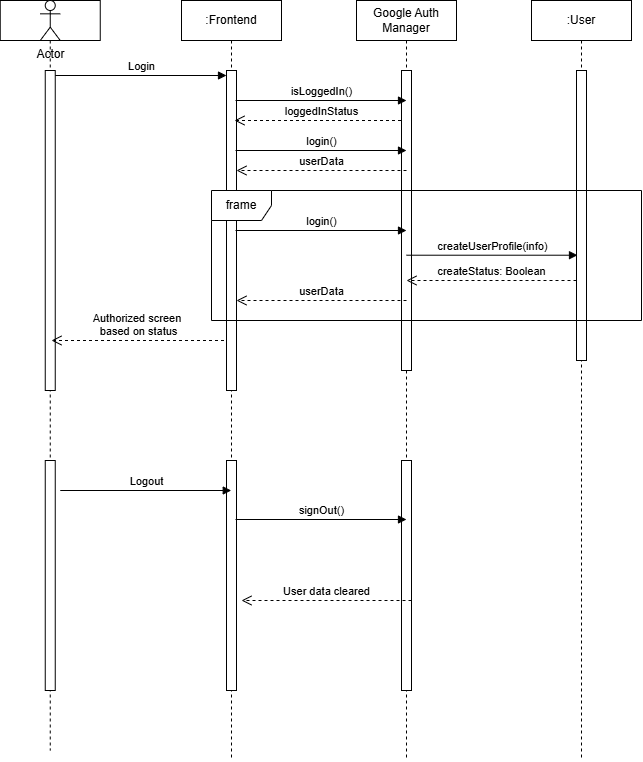
Above: documentation/images/M4/FR1.png in dorawyy/CPEN321_CMIYC (draw.io), before the change. Source tidied: cells renumbered, new cells last; positions are measured from the earlier drawing's top-left corner, leaving out a move shared by most shapes. Its diagram source:
```xml
<mxGraphModel>
  <root>
    <mxCell id="0" />
    <mxCell id="1" parent="0" />
    <mxCell id="2" style="shape=umlLifeline;perimeter=lifelinePerimeter;whiteSpace=wrap;html=1;newEdgeStyle={&quot;edgeStyle&quot;:&quot;elbowEdgeStyle&quot;,&quot;elbow&quot;:&quot;vertical&quot;,&quot;curved&quot;:0,&quot;rounded&quot;:0};" parent="1" vertex="1">
      <mxGeometry x="-0.2" width="100" height="750" as="geometry" />
    </mxCell>
    <mxCell id="3" style="html=1;points=[[0,0,0,0,5],[0,1,0,0,-5],[1,0,0,0,5],[1,1,0,0,-5]];perimeter=orthogonalPerimeter;outlineConnect=0;targetShapes=umlLifeline;portConstraint=eastwest;newEdgeStyle={&quot;curved&quot;:0,&quot;rounded&quot;:0};" parent="2" vertex="1">
      <mxGeometry x="45" y="70" width="10" height="320" as="geometry" />
    </mxCell>
    <mxCell id="4" value="&lt;span style=&quot;color: rgba(0, 0, 0, 0); font-family: monospace; font-size: 0px; text-align: start;&quot;&gt;%3CmxGraphModel%3E%3Croot%3E%3CmxCell%20id%3D%220%22%2F%3E%3CmxCell%20id%3D%221%22%20parent%3D%220%22%2F%3E%3CmxCell%20id%3D%222%22%20value%3D%22friend%20location%20list%22%20style%3D%22html%3D1%3BverticalAlign%3Dbottom%3BendArrow%3Dopen%3Bdashed%3D1%3BendSize%3D8%3BedgeStyle%3DelbowEdgeStyle%3Belbow%3Dvertical%3Bcurved%3D0%3Brounded%3D0%3B%22%20edge%3D%221%22%20parent%3D%221%22%3E%3CmxGeometry%20x%3D%220.0017%22%20relative%3D%221%22%20as%3D%22geometry%22%3E%3CmxPoint%20x%3D%22270%22%20y%3D%22250%22%20as%3D%22targetPoint%22%2F%3E%3CArray%20as%3D%22points%22%3E%3CmxPoint%20x%3D%22365%22%20y%3D%22250%22%2F%3E%3C%2FArray%3E%3CmxPoint%20x%3D%22440%22%20y%3D%22250%22%20as%3D%22sourcePoint%22%2F%3E%3CmxPoint%20as%3D%22offset%22%2F%3E%3C%2FmxGeometry%3E%3C%2FmxCell%3E%3C%2Froot%3E%3C%2FmxGraphModel%3E&lt;/span&gt;" style="html=1;perimeter=orthogonalPerimeter;targetShapes=umlLifeline;newEdgeStyle={&quot;curved&quot;:0,&quot;rounded&quot;:0};" parent="2" vertex="1">
      <mxGeometry x="45" y="460" width="10" height="230" as="geometry" />
    </mxCell>
    <mxCell id="5" value=":Frontend" style="shape=umlLifeline;perimeter=lifelinePerimeter;whiteSpace=wrap;html=1;newEdgeStyle={&quot;edgeStyle&quot;:&quot;elbowEdgeStyle&quot;,&quot;elbow&quot;:&quot;vertical&quot;,&quot;curved&quot;:0,&quot;rounded&quot;:0};" parent="1" vertex="1">
      <mxGeometry x="181" width="100" height="760" as="geometry" />
    </mxCell>
    <mxCell id="6" style="html=1;points=[[0,0,0,0,5],[0,1,0,0,-5],[1,0,0,0,5],[1,1,0,0,-5]];perimeter=orthogonalPerimeter;outlineConnect=0;targetShapes=umlLifeline;portConstraint=eastwest;newEdgeStyle={&quot;curved&quot;:0,&quot;rounded&quot;:0};" parent="5" vertex="1">
      <mxGeometry x="45" y="70" width="10" height="320" as="geometry" />
    </mxCell>
    <mxCell id="7" value="&lt;span style=&quot;color: rgba(0, 0, 0, 0); font-family: monospace; font-size: 0px; text-align: start;&quot;&gt;%3CmxGraphModel%3E%3Croot%3E%3CmxCell%20id%3D%220%22%2F%3E%3CmxCell%20id%3D%221%22%20parent%3D%220%22%2F%3E%3CmxCell%20id%3D%222%22%20value%3D%22friend%20location%20list%22%20style%3D%22html%3D1%3BverticalAlign%3Dbottom%3BendArrow%3Dopen%3Bdashed%3D1%3BendSize%3D8%3BedgeStyle%3DelbowEdgeStyle%3Belbow%3Dvertical%3Bcurved%3D0%3Brounded%3D0%3B%22%20edge%3D%221%22%20parent%3D%221%22%3E%3CmxGeometry%20x%3D%220.0017%22%20relative%3D%221%22%20as%3D%22geometry%22%3E%3CmxPoint%20x%3D%22270%22%20y%3D%22250%22%20as%3D%22targetPoint%22%2F%3E%3CArray%20as%3D%22points%22%3E%3CmxPoint%20x%3D%22365%22%20y%3D%22250%22%2F%3E%3C%2FArray%3E%3CmxPoint%20x%3D%22440%22%20y%3D%22250%22%20as%3D%22sourcePoint%22%2F%3E%3CmxPoint%20as%3D%22offset%22%2F%3E%3C%2FmxGeometry%3E%3C%2FmxCell%3E%3C%2Froot%3E%3C%2FmxGraphModel%3E&lt;/span&gt;" style="html=1;perimeter=orthogonalPerimeter;targetShapes=umlLifeline;newEdgeStyle={&quot;curved&quot;:0,&quot;rounded&quot;:0};" parent="5" vertex="1">
      <mxGeometry x="45" y="460" width="10" height="230" as="geometry" />
    </mxCell>
    <mxCell id="8" value="loggedInStatus" style="html=1;verticalAlign=bottom;endArrow=open;dashed=1;endSize=8;edgeStyle=elbowEdgeStyle;elbow=vertical;curved=0;rounded=0;" parent="1" edge="1">
      <mxGeometry relative="1" as="geometry">
        <mxPoint x="406.5" y="120" as="sourcePoint" />
        <mxPoint x="234" y="120" as="targetPoint" />
        <Array as="points">
          <mxPoint x="331.5" y="120" />
        </Array>
      </mxGeometry>
    </mxCell>
    <mxCell id="9" value="Google Auth Manager" style="shape=umlLifeline;perimeter=lifelinePerimeter;whiteSpace=wrap;html=1;newEdgeStyle={&quot;edgeStyle&quot;:&quot;elbowEdgeStyle&quot;,&quot;elbow&quot;:&quot;vertical&quot;,&quot;curved&quot;:0,&quot;rounded&quot;:0};" parent="1" vertex="1">
      <mxGeometry x="356" width="100" height="760" as="geometry" />
    </mxCell>
    <mxCell id="10" style="html=1;perimeter=orthogonalPerimeter;targetShapes=umlLifeline;newEdgeStyle={&quot;curved&quot;:0,&quot;rounded&quot;:0};" parent="9" vertex="1">
      <mxGeometry x="45" y="70" width="10" height="300" as="geometry" />
    </mxCell>
    <mxCell id="11" value="&lt;span style=&quot;color: rgba(0, 0, 0, 0); font-family: monospace; font-size: 0px; text-align: start;&quot;&gt;%3CmxGraphModel%3E%3Croot%3E%3CmxCell%20id%3D%220%22%2F%3E%3CmxCell%20id%3D%221%22%20parent%3D%220%22%2F%3E%3CmxCell%20id%3D%222%22%20value%3D%22friend%20location%20list%22%20style%3D%22html%3D1%3BverticalAlign%3Dbottom%3BendArrow%3Dopen%3Bdashed%3D1%3BendSize%3D8%3BedgeStyle%3DelbowEdgeStyle%3Belbow%3Dvertical%3Bcurved%3D0%3Brounded%3D0%3B%22%20edge%3D%221%22%20parent%3D%221%22%3E%3CmxGeometry%20x%3D%220.0017%22%20relative%3D%221%22%20as%3D%22geometry%22%3E%3CmxPoint%20x%3D%22270%22%20y%3D%22250%22%20as%3D%22targetPoint%22%2F%3E%3CArray%20as%3D%22points%22%3E%3CmxPoint%20x%3D%22365%22%20y%3D%22250%22%2F%3E%3C%2FArray%3E%3CmxPoint%20x%3D%22440%22%20y%3D%22250%22%20as%3D%22sourcePoint%22%2F%3E%3CmxPoint%20as%3D%22offset%22%2F%3E%3C%2FmxGeometry%3E%3C%2FmxCell%3E%3C%2Froot%3E%3C%2FmxGraphModel%3E&lt;/span&gt;" style="html=1;perimeter=orthogonalPerimeter;targetShapes=umlLifeline;newEdgeStyle={&quot;curved&quot;:0,&quot;rounded&quot;:0};" parent="9" vertex="1">
      <mxGeometry x="45" y="460" width="10" height="230" as="geometry" />
    </mxCell>
    <mxCell id="12" value="Login" style="html=1;verticalAlign=bottom;endArrow=block;curved=0;rounded=0;exitX=1;exitY=0;exitDx=0;exitDy=5;exitPerimeter=0;entryX=0;entryY=0;entryDx=0;entryDy=5;entryPerimeter=0;" parent="1" edge="1" source="3" target="6">
      <mxGeometry relative="1" as="geometry" />
    </mxCell>
    <mxCell id="13" value="isLoggedIn()" style="html=1;verticalAlign=bottom;endArrow=block;curved=0;rounded=0;exitX=1;exitY=0;exitDx=0;exitDy=5;exitPerimeter=0;entryX=0;entryY=0;entryDx=0;entryDy=5;entryPerimeter=0;" parent="1" edge="1">
      <mxGeometry relative="1" as="geometry">
        <mxPoint x="235" y="100" as="sourcePoint" />
        <mxPoint x="406" y="100" as="targetPoint" />
      </mxGeometry>
    </mxCell>
    <mxCell id="14" value="login()" style="html=1;verticalAlign=bottom;endArrow=block;curved=0;rounded=0;exitX=1;exitY=0;exitDx=0;exitDy=5;exitPerimeter=0;entryX=0;entryY=0;entryDx=0;entryDy=5;entryPerimeter=0;" parent="1" edge="1">
      <mxGeometry relative="1" as="geometry">
        <mxPoint x="235" y="150" as="sourcePoint" />
        <mxPoint x="406" y="150" as="targetPoint" />
      </mxGeometry>
    </mxCell>
    <mxCell id="15" value="login()" style="html=1;verticalAlign=bottom;endArrow=block;curved=0;rounded=0;exitX=1;exitY=0;exitDx=0;exitDy=5;exitPerimeter=0;entryX=0;entryY=0;entryDx=0;entryDy=5;entryPerimeter=0;" parent="1" edge="1">
      <mxGeometry relative="1" as="geometry">
        <mxPoint x="235" y="230" as="sourcePoint" />
        <mxPoint x="406" y="230" as="targetPoint" />
      </mxGeometry>
    </mxCell>
    <mxCell id="16" value="Authorized screen&amp;nbsp;&lt;div&gt;based on status&lt;/div&gt;" style="html=1;verticalAlign=bottom;endArrow=open;dashed=1;endSize=8;edgeStyle=elbowEdgeStyle;elbow=vertical;curved=0;rounded=0;" parent="1" edge="1">
      <mxGeometry relative="1" as="geometry">
        <mxPoint x="223.5" y="340" as="sourcePoint" />
        <mxPoint x="51" y="340" as="targetPoint" />
        <Array as="points">
          <mxPoint x="148.5" y="340" />
        </Array>
      </mxGeometry>
    </mxCell>
    <mxCell id="17" value=":User" style="shape=umlLifeline;perimeter=lifelinePerimeter;whiteSpace=wrap;html=1;newEdgeStyle={&quot;edgeStyle&quot;:&quot;elbowEdgeStyle&quot;,&quot;elbow&quot;:&quot;vertical&quot;,&quot;curved&quot;:0,&quot;rounded&quot;:0};" parent="1" vertex="1">
      <mxGeometry x="531" width="100" height="760" as="geometry" />
    </mxCell>
    <mxCell id="18" style="html=1;perimeter=orthogonalPerimeter;targetShapes=umlLifeline;newEdgeStyle={&quot;curved&quot;:0,&quot;rounded&quot;:0};" parent="17" vertex="1">
      <mxGeometry x="45" y="70" width="10" height="290" as="geometry" />
    </mxCell>
    <mxCell id="19" value="userData" style="html=1;verticalAlign=bottom;endArrow=open;dashed=1;endSize=8;edgeStyle=elbowEdgeStyle;elbow=vertical;curved=0;rounded=0;" parent="1" edge="1">
      <mxGeometry relative="1" as="geometry">
        <mxPoint x="406" y="170" as="sourcePoint" />
        <mxPoint x="236" y="170" as="targetPoint" />
        <Array as="points">
          <mxPoint x="333.5" y="170" />
        </Array>
      </mxGeometry>
    </mxCell>
    <mxCell id="20" value="createUserProfile(info)" style="html=1;verticalAlign=bottom;endArrow=block;curved=0;rounded=0;exitX=1;exitY=0;exitDx=0;exitDy=5;exitPerimeter=0;entryX=0;entryY=0;entryDx=0;entryDy=5;entryPerimeter=0;" parent="1" edge="1">
      <mxGeometry relative="1" as="geometry">
        <mxPoint x="406" y="254.7" as="sourcePoint" />
        <mxPoint x="577" y="254.7" as="targetPoint" />
      </mxGeometry>
    </mxCell>
    <mxCell id="21" value="createStatus: Boolean" style="html=1;verticalAlign=bottom;endArrow=open;dashed=1;endSize=8;edgeStyle=elbowEdgeStyle;elbow=vertical;curved=0;rounded=0;" parent="1" edge="1">
      <mxGeometry relative="1" as="geometry">
        <mxPoint x="576" y="280" as="sourcePoint" />
        <mxPoint x="406" y="280" as="targetPoint" />
        <Array as="points">
          <mxPoint x="503.5" y="280" />
        </Array>
      </mxGeometry>
    </mxCell>
    <mxCell id="22" value="Actor" style="shape=umlActor;verticalLabelPosition=bottom;verticalAlign=top;html=1;" parent="1" vertex="1">
      <mxGeometry x="39.8" width="20" height="40" as="geometry" />
    </mxCell>
    <mxCell id="23" value="frame" style="shape=umlFrame;whiteSpace=wrap;html=1;" parent="1" vertex="1">
      <mxGeometry x="211" y="190" width="430" height="130" as="geometry" />
    </mxCell>
    <mxCell id="24" value="userData" style="html=1;verticalAlign=bottom;endArrow=open;dashed=1;endSize=8;edgeStyle=elbowEdgeStyle;elbow=vertical;curved=0;rounded=0;" parent="1" edge="1">
      <mxGeometry relative="1" as="geometry">
        <mxPoint x="406" y="300" as="sourcePoint" />
        <mxPoint x="236" y="300" as="targetPoint" />
        <Array as="points">
          <mxPoint x="333.5" y="300" />
        </Array>
      </mxGeometry>
    </mxCell>
    <mxCell id="25" value="Logout" style="html=1;verticalAlign=bottom;endArrow=block;curved=0;rounded=0;exitX=1;exitY=0;exitDx=0;exitDy=5;exitPerimeter=0;entryX=0;entryY=0;entryDx=0;entryDy=5;entryPerimeter=0;" parent="1" edge="1">
      <mxGeometry relative="1" as="geometry">
        <mxPoint x="59.8" y="490" as="sourcePoint" />
        <mxPoint x="230.8" y="490" as="targetPoint" />
      </mxGeometry>
    </mxCell>
    <mxCell id="26" value="signOut()" style="html=1;verticalAlign=bottom;endArrow=block;curved=0;rounded=0;exitX=1;exitY=0;exitDx=0;exitDy=5;exitPerimeter=0;entryX=0;entryY=0;entryDx=0;entryDy=5;entryPerimeter=0;" parent="1" edge="1">
      <mxGeometry relative="1" as="geometry">
        <mxPoint x="235" y="519" as="sourcePoint" />
        <mxPoint x="406" y="519" as="targetPoint" />
      </mxGeometry>
    </mxCell>
    <mxCell id="27" value="User data cleared" style="html=1;verticalAlign=bottom;endArrow=open;dashed=1;endSize=8;edgeStyle=elbowEdgeStyle;elbow=vertical;curved=0;rounded=0;" parent="1" edge="1">
      <mxGeometry relative="1" as="geometry">
        <mxPoint x="411" y="600" as="sourcePoint" />
        <mxPoint x="241" y="600" as="targetPoint" />
        <Array as="points">
          <mxPoint x="338.5" y="600" />
        </Array>
      </mxGeometry>
    </mxCell>
  </root>
</mxGraphModel>
```
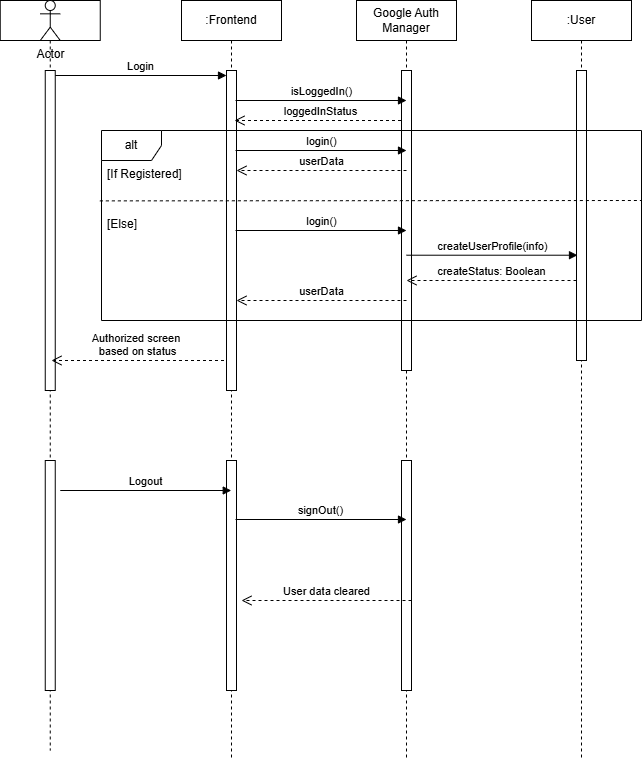
The same file after the commit.

Change to the diagram source:
```diff
@@ -61,10 +61,10 @@
     </mxCell>
     <mxCell id="16" value="Authorized screen&amp;nbsp;&lt;div&gt;based on status&lt;/div&gt;" style="html=1;verticalAlign=bottom;endArrow=open;dashed=1;endSize=8;edgeStyle=elbowEdgeStyle;elbow=vertical;curved=0;rounded=0;" parent="1" edge="1">
       <mxGeometry relative="1" as="geometry">
-        <mxPoint x="223.5" y="340" as="sourcePoint" />
-        <mxPoint x="51" y="340" as="targetPoint" />
+        <mxPoint x="223.5" y="360" as="sourcePoint" />
+        <mxPoint x="51" y="360" as="targetPoint" />
         <Array as="points">
-          <mxPoint x="148.5" y="340" />
+          <mxPoint x="148.5" y="360" />
         </Array>
       </mxGeometry>
     </mxCell>
@@ -101,8 +101,8 @@
     <mxCell id="22" value="Actor" style="shape=umlActor;verticalLabelPosition=bottom;verticalAlign=top;html=1;" parent="1" vertex="1">
       <mxGeometry x="39.8" width="20" height="40" as="geometry" />
     </mxCell>
-    <mxCell id="23" value="frame" style="shape=umlFrame;whiteSpace=wrap;html=1;" parent="1" vertex="1">
-      <mxGeometry x="211" y="190" width="430" height="130" as="geometry" />
+    <mxCell id="23" value="alt" style="shape=umlFrame;whiteSpace=wrap;html=1;" parent="1" vertex="1">
+      <mxGeometry x="101" y="130" width="540" height="190" as="geometry" />
     </mxCell>
     <mxCell id="24" value="userData" style="html=1;verticalAlign=bottom;endArrow=open;dashed=1;endSize=8;edgeStyle=elbowEdgeStyle;elbow=vertical;curved=0;rounded=0;" parent="1" edge="1">
       <mxGeometry relative="1" as="geometry">
@@ -134,5 +134,17 @@
         </Array>
       </mxGeometry>
     </mxCell>
+    <mxCell id="28" style="endArrow=none;dashed=1;html=1;rounded=0;exitX=-0.002;exitY=0.514;exitDx=0;exitDy=0;exitPerimeter=0;entryX=1.001;entryY=0.512;entryDx=0;entryDy=0;entryPerimeter=0;" parent="1" edge="1">
+      <mxGeometry relative="1" as="geometry">
+        <mxPoint x="99.4" y="200.4" as="sourcePoint" />
+        <mxPoint x="641" y="200" as="targetPoint" />
+      </mxGeometry>
+    </mxCell>
+    <mxCell id="29" value="[If Registered]" style="text;strokeColor=none;fillColor=none;align=left;verticalAlign=top;spacingLeft=4;spacingRight=4;overflow=hidden;whiteSpace=wrap;html=1;" parent="1" vertex="1">
+      <mxGeometry x="101" y="160" width="100" height="26" as="geometry" />
+    </mxCell>
+    <mxCell id="30" value="[Else]" style="text;strokeColor=none;fillColor=none;align=left;verticalAlign=top;spacingLeft=4;spacingRight=4;overflow=hidden;whiteSpace=wrap;html=1;" parent="1" vertex="1">
+      <mxGeometry x="101" y="210" width="100" height="26" as="geometry" />
+    </mxCell>
   </root>
 </mxGraphModel>
```
